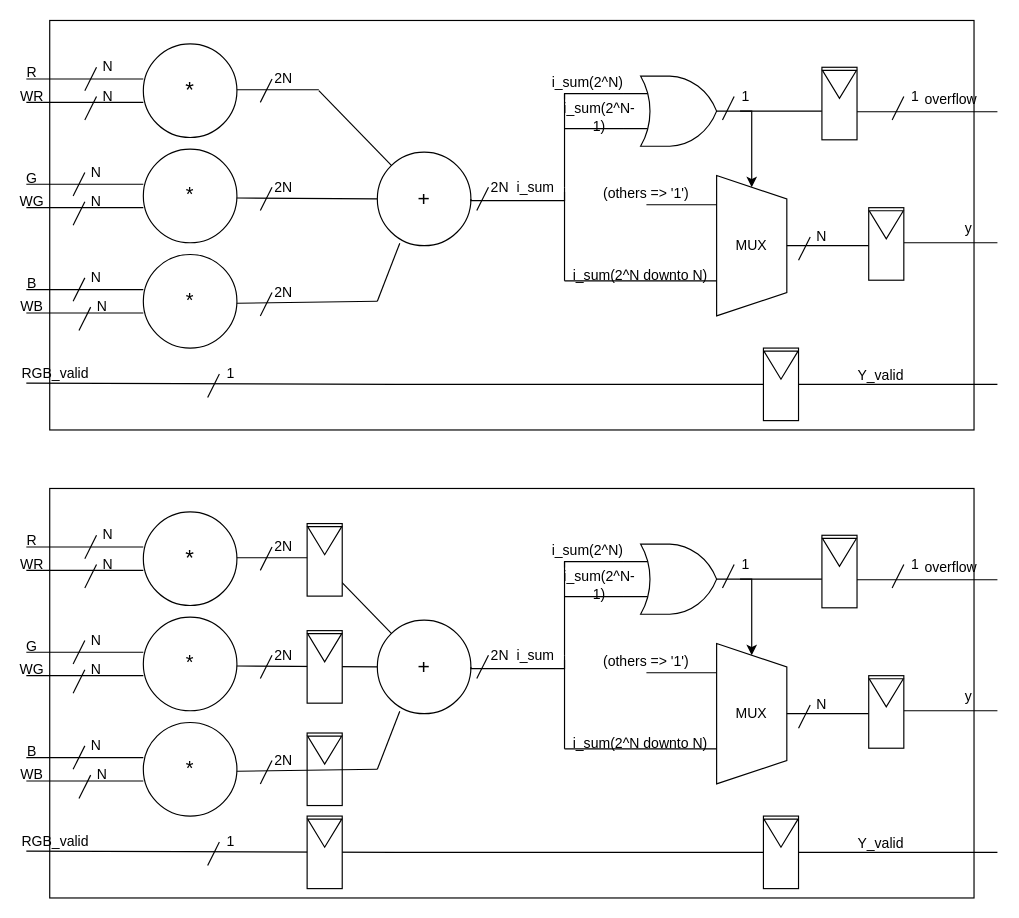
Earlier version of the draw.io diagram Oblig9/IN3160-oblig9-datapath.drawio (jrundht/IN3160). Source tidied: cells renumbered, new cells numbered last; positions are measured from the earlier drawing's top-left corner, leaving out a move shared by most shapes. Both pictures are drawn from the tidied source at 117%, with x=0, y=0 at pixel (26, 20).
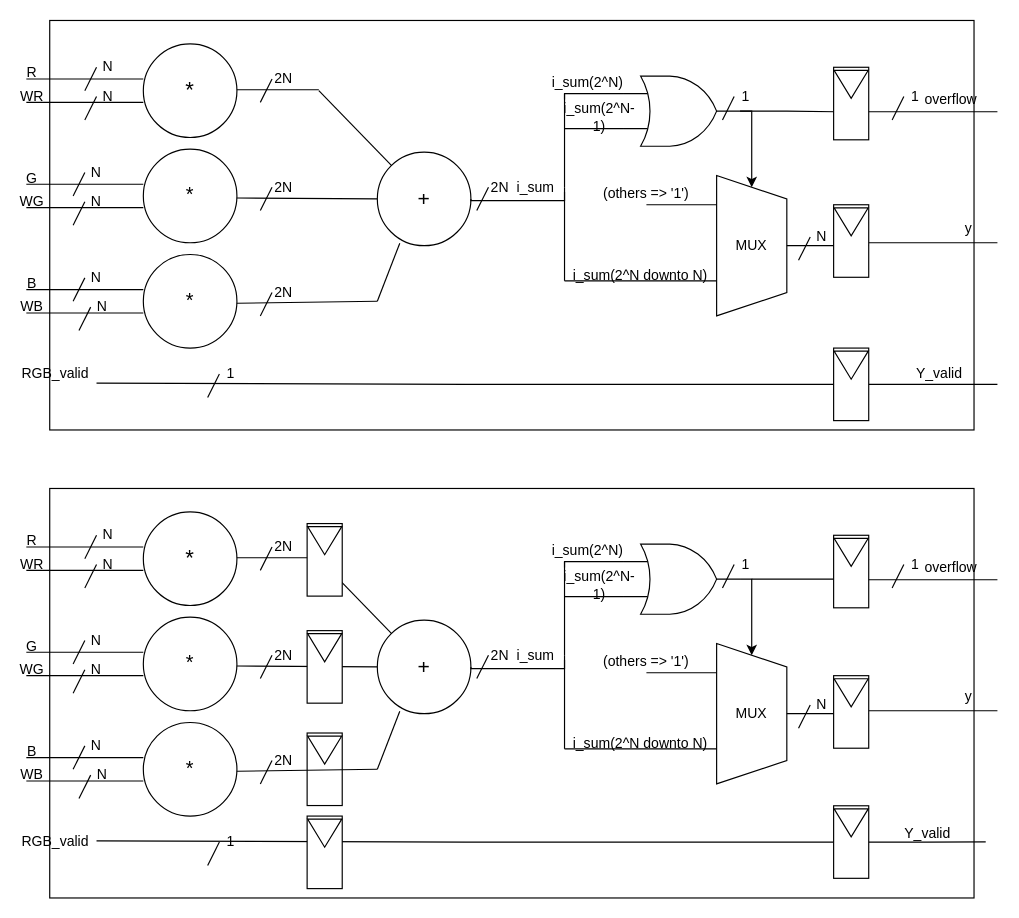
The same diagram, later.

Unchanged cells that the change refers to:
```xml
<mxCell id="2" style="group;" parent="1" vertex="1">
  <mxGeometry width="830" height="350" as="geometry" />
</mxCell>
<mxCell id="7" style="rounded=0;whiteSpace=wrap;html=1;" parent="4" vertex="1">
  <mxGeometry width="30" height="62" as="geometry" />
</mxCell>
<mxCell id="55" style="verticalLabelPosition=bottom;shadow=0;dashed=0;align=center;html=1;verticalAlign=top;shape=mxgraph.electrical.logic_gates.logic_gate;operation=or;" parent="2" vertex="1">
  <mxGeometry x="510" y="47.5" width="100" height="60" as="geometry" />
</mxCell>
<mxCell id="87" style="rounded=0;whiteSpace=wrap;html=1;" parent="86" vertex="1">
  <mxGeometry width="30" height="62" as="geometry" />
</mxCell>
<mxCell id="89" style="group;" parent="1" vertex="1">
  <mxGeometry y="400" width="830" height="350" as="geometry" />
</mxCell>
<mxCell id="97" style="rounded=0;whiteSpace=wrap;html=1;" parent="94" vertex="1">
  <mxGeometry width="30" height="62" as="geometry" />
</mxCell>
<mxCell id="145" style="verticalLabelPosition=bottom;shadow=0;dashed=0;align=center;html=1;verticalAlign=top;shape=mxgraph.electrical.logic_gates.logic_gate;operation=or;" parent="89" vertex="1">
  <mxGeometry x="510" y="47.5" width="100" height="60" as="geometry" />
</mxCell>
```

Diff of the diagram source:
```diff
@@
     <mxCell id="4" style="group;" parent="2" vertex="1">
-      <mxGeometry x="630" y="280" width="30" height="62" as="geometry" />
+      <mxGeometry x="690" y="280" width="30" height="62" as="geometry" />
     </mxCell>
     <mxCell id="5" style="edgeStyle=orthogonalEdgeStyle;rounded=0;jettySize=auto;html=1;exitX=1;exitY=0.5;exitDx=0;exitDy=0;endArrow=none;endFill=0;" parent="4" edge="1" source="7">
       <mxGeometry relative="1" as="geometry">
-        <mxPoint x="200" y="31" as="targetPoint" />
+        <mxPoint x="140" y="31" as="targetPoint" />
       </mxGeometry>
     </mxCell>
@@
     <mxCell id="10" value="Y_valid" style="text;html=1;align=center;verticalAlign=middle;strokeColor=none;fillColor=none;" parent="2" vertex="1">
-      <mxGeometry x="700" y="288.5" width="60" height="30" as="geometry" />
+      <mxGeometry x="750" y="287.2" width="60" height="30" as="geometry" />
     </mxCell>
@@
-    <mxCell id="54" style="edgeStyle=orthogonalEdgeStyle;rounded=0;jettySize=auto;html=1;endArrow=none;endFill=0;" parent="2" edge="1" source="55">
+    <mxCell id="54" style="edgeStyle=orthogonalEdgeStyle;rounded=0;jettySize=auto;html=1;endArrow=none;endFill=0;entryX=0.057;entryY=0.65;entryDx=0;entryDy=0;entryPerimeter=0;" parent="2" edge="1" source="55" target="87">
       <mxGeometry relative="1" as="geometry">
-        <mxPoint x="680" y="77.5" as="targetPoint" />
+        <Array as="points">
+          <mxPoint x="650" y="78" />
+          <mxPoint x="692" y="78" />
+        </Array>
       </mxGeometry>
     </mxCell>
@@
     <mxCell id="83" style="group;" parent="2" vertex="1">
-      <mxGeometry x="720" y="160" width="30" height="62" as="geometry" />
+      <mxGeometry x="690" y="157.5" width="30" height="62" as="geometry" />
     </mxCell>
@@
     <mxCell id="86" style="group;" parent="2" vertex="1">
-      <mxGeometry x="680" y="40" width="30" height="62" as="geometry" />
+      <mxGeometry x="690" y="40" width="30" height="62" as="geometry" />
     </mxCell>
@@
     <mxCell id="94" style="group;" parent="89" vertex="1">
-      <mxGeometry x="630" y="280" width="30" height="62" as="geometry" />
+      <mxGeometry x="690" y="271.2" width="30" height="62" as="geometry" />
     </mxCell>
     <mxCell id="95" style="edgeStyle=orthogonalEdgeStyle;rounded=0;jettySize=auto;html=1;exitX=1;exitY=0.5;exitDx=0;exitDy=0;endArrow=none;endFill=0;" parent="94" edge="1" source="97">
       <mxGeometry relative="1" as="geometry">
-        <mxPoint x="200" y="31" as="targetPoint" />
+        <mxPoint x="130" y="30.8" as="targetPoint" />
       </mxGeometry>
     </mxCell>
@@
     <mxCell id="100" value="Y_valid" style="text;html=1;align=center;verticalAlign=middle;strokeColor=none;fillColor=none;" parent="89" vertex="1">
-      <mxGeometry x="700" y="288.5" width="60" height="30" as="geometry" />
+      <mxGeometry x="740" y="280" width="60" height="30" as="geometry" />
     </mxCell>
@@
-    <mxCell id="144" style="edgeStyle=orthogonalEdgeStyle;rounded=0;jettySize=auto;html=1;endArrow=none;endFill=0;" parent="89" edge="1" source="145">
+    <mxCell id="144" style="edgeStyle=orthogonalEdgeStyle;rounded=0;orthogonalLoop=1;jettySize=auto;html=1;endArrow=none;endFill=0;" parent="89" edge="1">
       <mxGeometry relative="1" as="geometry">
-        <mxPoint x="680" y="77.5" as="targetPoint" />
+        <mxPoint x="620" y="77.5" as="sourcePoint" />
+        <mxPoint x="690" y="77.5" as="targetPoint" />
       </mxGeometry>
     </mxCell>
@@
     <mxCell id="173" style="group;" parent="89" vertex="1">
-      <mxGeometry x="720" y="160" width="30" height="62" as="geometry" />
+      <mxGeometry x="690" y="160" width="30" height="62" as="geometry" />
     </mxCell>
@@
     <mxCell id="176" style="group;" parent="89" vertex="1">
-      <mxGeometry x="680" y="40" width="30" height="62" as="geometry" />
+      <mxGeometry x="690" y="40" width="30" height="62" as="geometry" />
     </mxCell>
```
